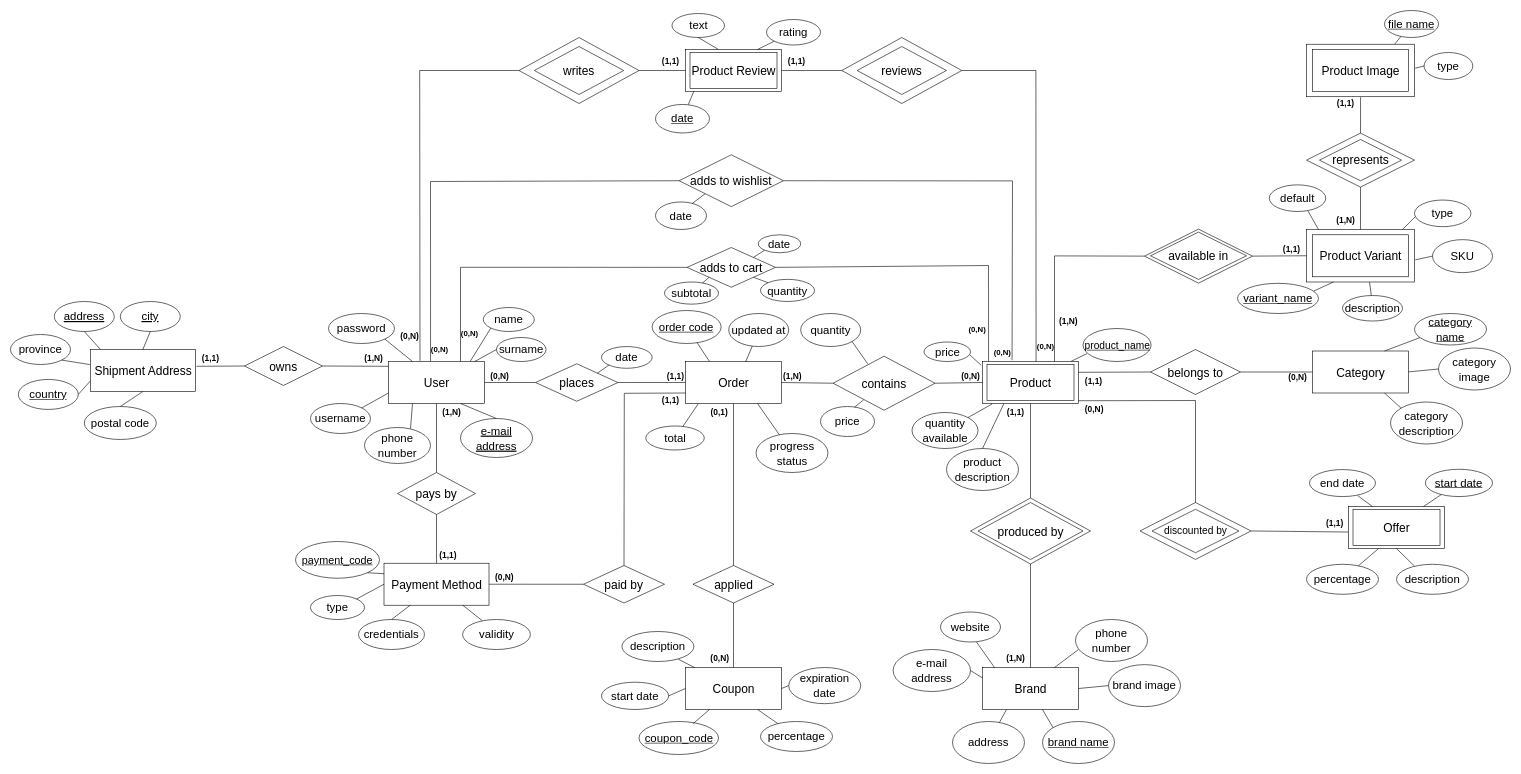
This is documentation/database/ER.drawio from Tecnologie-Del-Web/Project, a draw.io file, before an edit. Source tidied: cells renumbered, new cells numbered last; positions are measured from the earlier drawing's top-left corner, leaving out a move shared by most shapes. Both pictures are drawn from the tidied source at 60%, with x=0, y=0 at pixel (10, 10).
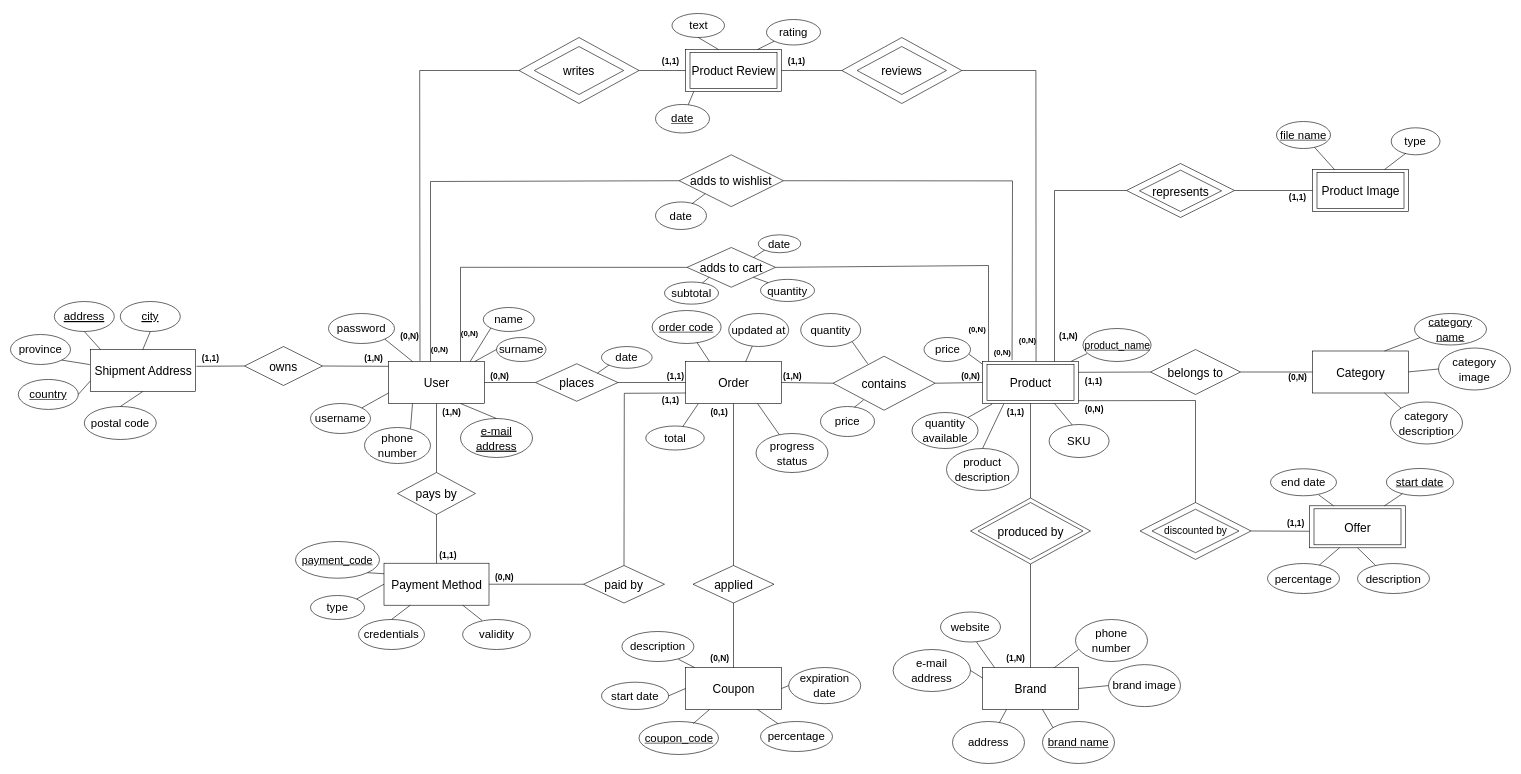
Above is the later version.

Unchanged cells that the change refers to:
```xml
<mxCell id="8" value="&lt;font style=&quot;font-size: 20px;&quot;&gt;Product&lt;/font&gt;" style="html=1;dashed=0;whitespace=wrap;" parent="1" vertex="1">
  <mxGeometry x="1620" y="585" width="160" height="70" as="geometry" />
</mxCell>
```

What changed in the source:
```diff
@@
     <mxCell id="25" value="&lt;font style=&quot;font-size: 19px;&quot;&gt;price&lt;/font&gt;" style="ellipse;whiteSpace=wrap;html=1;fontSize=20;" parent="1" vertex="1">
-      <mxGeometry x="1522.5" y="552.5" width="77.5" height="32.5" as="geometry" />
+      <mxGeometry x="1522.5" y="545" width="77.5" height="40" as="geometry" />
     </mxCell>
-    <mxCell id="26" style="endArrow=none;html=1;rounded=0;fontSize=20;entryX=0.985;entryY=0.657;entryDx=0;entryDy=0;entryPerimeter=0;exitX=-0.015;exitY=0.089;exitDx=0;exitDy=0;exitPerimeter=0;" parent="1" edge="1" source="8" target="25">
+    <mxCell id="26" style="endArrow=none;html=1;rounded=0;fontSize=20;entryX=0.969;entryY=0.701;entryDx=0;entryDy=0;entryPerimeter=0;exitX=-0.001;exitY=0.062;exitDx=0;exitDy=0;exitPerimeter=0;" parent="1" edge="1" source="8" target="25">
       <mxGeometry relative="1" as="geometry" />
     </mxCell>
@@
-    <mxCell id="93" value="&lt;font style=&quot;font-size: 20px;&quot;&gt;Product Variant&lt;/font&gt;" style="html=1;dashed=0;whitespace=wrap;" parent="1" vertex="1">
-      <mxGeometry x="2170" y="373.8" width="160" height="70" as="geometry" />
-    </mxCell>
-    <mxCell id="94" value="&lt;font style=&quot;font-size: 20px;&quot;&gt;available in&lt;/font&gt;" style="shape=rhombus;perimeter=rhombusPerimeter;whiteSpace=wrap;html=1;align=center;" parent="1" vertex="1">
-      <mxGeometry x="1900" y="369.4" width="160" height="78.8" as="geometry" />
-    </mxCell>
-    <mxCell id="95" style="endArrow=none;html=1;rounded=0;fontSize=20;entryX=1;entryY=0.5;entryDx=0;entryDy=0;exitX=0;exitY=0.5;exitDx=0;exitDy=0;" parent="1" edge="1" source="138" target="139">
-      <mxGeometry relative="1" as="geometry" />
-    </mxCell>
-    <mxCell id="96" style="endArrow=none;html=1;rounded=0;fontSize=20;entryX=0.75;entryY=0;entryDx=0;entryDy=0;exitX=0;exitY=0.5;exitDx=0;exitDy=0;" parent="1" edge="1" source="139" target="8">
-      <mxGeometry relative="1" as="geometry">
-        <Array as="points">
-          <mxPoint x="1740" y="409" />
-        </Array>
-      </mxGeometry>
-    </mxCell>
     <mxCell id="97" value="&lt;font style=&quot;font-size: 20px;&quot;&gt;Offer&lt;/font&gt;" style="html=1;dashed=0;whitespace=wrap;" parent="1" vertex="1">
-      <mxGeometry x="2230" y="826.8" width="160" height="70" as="geometry" />
+      <mxGeometry x="2165" y="825.5" width="160" height="70" as="geometry" />
     </mxCell>
     <mxCell id="98" value="&lt;font style=&quot;font-size: 19px;&quot;&gt;description&lt;/font&gt;" style="ellipse;whiteSpace=wrap;html=1;fontSize=20;" parent="1" vertex="1">
-      <mxGeometry x="2310" y="923" width="120" height="50" as="geometry" />
+      <mxGeometry x="2245" y="921.7" width="120" height="50" as="geometry" />
     </mxCell>
@@
     <mxCell id="101" value="&lt;font style=&quot;font-size: 19px;&quot;&gt;percentage&lt;/font&gt;" style="ellipse;whiteSpace=wrap;html=1;fontSize=20;" parent="1" vertex="1">
-      <mxGeometry x="2160" y="923" width="120" height="50" as="geometry" />
+      <mxGeometry x="2095" y="921.7" width="120" height="50" as="geometry" />
     </mxCell>
     <mxCell id="102" style="endArrow=none;html=1;rounded=0;fontSize=20;exitX=0.75;exitY=1;exitDx=0;exitDy=0;" parent="1" edge="1" target="101">
       <mxGeometry relative="1" as="geometry">
-        <mxPoint x="2280" y="896.8" as="sourcePoint" />
+        <mxPoint x="2215" y="895.5" as="sourcePoint" />
       </mxGeometry>
     </mxCell>
     <mxCell id="103" value="&lt;font style=&quot;font-size: 19px;&quot;&gt;end date&lt;/font&gt;" style="ellipse;whiteSpace=wrap;html=1;fontSize=20;" parent="1" vertex="1">
-      <mxGeometry x="2165" y="765.1" width="110" height="45" as="geometry" />
+      <mxGeometry x="2100" y="763.8" width="110" height="45" as="geometry" />
     </mxCell>
@@
     <mxCell id="125" value="&lt;font size=&quot;1&quot; style=&quot;&quot;&gt;&lt;b style=&quot;font-size: 13px;&quot;&gt;(0,N)&lt;/b&gt;&lt;/font&gt;" style="text;html=1;align=center;verticalAlign=middle;strokeColor=none;fillColor=none;" parent="1" vertex="1">
-      <mxGeometry x="1700" y="545" width="50" height="30" as="geometry" />
+      <mxGeometry x="1670" y="535" width="50" height="30" as="geometry" />
     </mxCell>
     <mxCell id="126" value="&lt;font style=&quot;font-size: 14px;&quot;&gt;&lt;b&gt;(1,N)&lt;/b&gt;&lt;/font&gt;" style="text;html=1;align=center;verticalAlign=middle;strokeColor=none;fillColor=none;" parent="1" vertex="1">
-      <mxGeometry x="1737.5" y="502.5" width="50" height="30" as="geometry" />
+      <mxGeometry x="1737.5" y="527.5" width="50" height="30" as="geometry" />
     </mxCell>
-    <mxCell id="127" value="&lt;font style=&quot;font-size: 14px;&quot;&gt;&lt;b&gt;(1,1)&lt;/b&gt;&lt;/font&gt;" style="text;html=1;align=center;verticalAlign=middle;strokeColor=none;fillColor=none;" parent="1" vertex="1">
-      <mxGeometry x="2110" y="382.5" width="50" height="30" as="geometry" />
-    </mxCell>
@@
-    <mxCell id="134" value="&lt;font style=&quot;font-size: 19px;&quot;&gt;description&lt;/font&gt;" style="ellipse;whiteSpace=wrap;html=1;fontSize=20;" parent="1" vertex="1">
-      <mxGeometry x="2220" y="475" width="100" height="42.5" as="geometry" />
-    </mxCell>
-    <mxCell id="135" style="endArrow=none;html=1;rounded=0;fontSize=20;exitX=0.584;exitY=1.002;exitDx=0;exitDy=0;exitPerimeter=0;" parent="1" edge="1" source="138" target="134">
-      <mxGeometry relative="1" as="geometry" />
-    </mxCell>
-    <mxCell id="136" value="&lt;font style=&quot;font-size: 19px;&quot;&gt;&lt;u&gt;variant_name&lt;/u&gt;&lt;/font&gt;" style="ellipse;whiteSpace=wrap;html=1;fontSize=20;" parent="1" vertex="1">
-      <mxGeometry x="2045" y="454.7" width="135" height="50.3" as="geometry" />
-    </mxCell>
-    <mxCell id="137" style="endArrow=none;html=1;rounded=0;fontSize=20;entryX=0.943;entryY=0.254;entryDx=0;entryDy=0;exitX=0.25;exitY=1;exitDx=0;exitDy=0;entryPerimeter=0;" parent="1" edge="1" source="138" target="136">
-      <mxGeometry relative="1" as="geometry" />
-    </mxCell>
-    <mxCell id="138" style="rounded=0;whiteSpace=wrap;html=1;gradientColor=default;fillColor=none;" parent="1" vertex="1">
-      <mxGeometry x="2160" y="365" width="180" height="87.5" as="geometry" />
-    </mxCell>
-    <mxCell id="139" style="rhombus;whiteSpace=wrap;html=1;fillColor=none;gradientColor=default;" parent="1" vertex="1">
-      <mxGeometry x="1890" y="364.4" width="180" height="90" as="geometry" />
-    </mxCell>
@@
-    <mxCell id="144" value="&lt;span style=&quot;font-size: 19px;&quot;&gt;SKU&lt;br&gt;&lt;/span&gt;" style="ellipse;whiteSpace=wrap;html=1;fontSize=20;" parent="1" vertex="1">
-      <mxGeometry x="2370" y="381.9" width="100" height="55" as="geometry" />
-    </mxCell>
-    <mxCell id="145" style="endArrow=none;html=1;rounded=0;exitX=1.007;exitY=0.578;exitDx=0;exitDy=0;entryX=0;entryY=0.5;entryDx=0;entryDy=0;exitPerimeter=0;" parent="1" edge="1" source="138" target="144">
-      <mxGeometry relative="1" as="geometry" />
-    </mxCell>
@@
     <mxCell id="181" value="&lt;font style=&quot;font-size: 20px;&quot;&gt;Product Image&lt;/font&gt;" style="html=1;dashed=0;whitespace=wrap;" parent="1" vertex="1">
-      <mxGeometry x="2170" y="65" width="160" height="70" as="geometry" />
+      <mxGeometry x="2170" y="265" width="160" height="70" as="geometry" />
     </mxCell>
     <mxCell id="182" value="&lt;font style=&quot;font-size: 20px;&quot;&gt;represents&lt;br&gt;&lt;/font&gt;" style="shape=rhombus;perimeter=rhombusPerimeter;whiteSpace=wrap;html=1;align=center;" parent="1" vertex="1">
-      <mxGeometry x="2181.6" y="215" width="136.9" height="68.9" as="geometry" />
+      <mxGeometry x="1881.6" y="266.1" width="136.9" height="68.9" as="geometry" />
     </mxCell>
-    <mxCell id="183" style="endArrow=none;html=1;rounded=0;fontSize=20;entryX=0.5;entryY=0;entryDx=0;entryDy=0;exitX=0.5;exitY=1;exitDx=0;exitDy=0;" parent="1" edge="1" source="210" target="138">
-      <mxGeometry relative="1" as="geometry" />
-    </mxCell>
-    <mxCell id="184" style="endArrow=none;html=1;rounded=0;fontSize=20;entryX=0.5;entryY=0;entryDx=0;entryDy=0;exitX=1.002;exitY=0.153;exitDx=0;exitDy=0;exitPerimeter=0;" parent="1" edge="1" source="186" target="210">
-      <mxGeometry relative="1" as="geometry" />
-    </mxCell>
-    <mxCell id="185" value="&lt;font style=&quot;font-size: 14px;&quot;&gt;&lt;b&gt;(1,N)&lt;/b&gt;&lt;/font&gt;" style="text;html=1;align=center;verticalAlign=middle;strokeColor=none;fillColor=none;" parent="1" vertex="1">
-      <mxGeometry x="2200" y="335" width="50" height="30" as="geometry" />
-    </mxCell>
-    <mxCell id="186" value="&lt;font style=&quot;font-size: 14px;&quot;&gt;&lt;b&gt;(1,1)&lt;/b&gt;&lt;/font&gt;" style="text;html=1;align=center;verticalAlign=middle;points=[];strokeColor=none;fillColor=none;" parent="1" vertex="1">
-      <mxGeometry x="2200" y="140" width="50" height="30" as="geometry" />
-    </mxCell>
     <mxCell id="187" value="&lt;span style=&quot;font-size: 19px;&quot;&gt;type&lt;br&gt;&lt;/span&gt;" style="ellipse;whiteSpace=wrap;html=1;fontSize=20;" parent="1" vertex="1">
-      <mxGeometry x="2355.9" y="70" width="81.3" height="45" as="geometry" />
+      <mxGeometry x="2301.2" y="195.5" width="81.3" height="45" as="geometry" />
     </mxCell>
-    <mxCell id="188" style="endArrow=none;html=1;rounded=0;exitX=1.006;exitY=0.457;exitDx=0;exitDy=0;entryX=0;entryY=0.5;entryDx=0;entryDy=0;exitPerimeter=0;" parent="1" edge="1" source="211" target="187">
+    <mxCell id="188" style="endArrow=none;html=1;rounded=0;exitX=0.75;exitY=0;exitDx=0;exitDy=0;entryX=0.302;entryY=0.94;entryDx=0;entryDy=0;entryPerimeter=0;" parent="1" edge="1" source="181" target="187">
       <mxGeometry relative="1" as="geometry" />
     </mxCell>
     <mxCell id="189" value="&lt;span style=&quot;font-size: 19px;&quot;&gt;&lt;u&gt;file name&lt;/u&gt;&lt;br&gt;&lt;/span&gt;" style="ellipse;whiteSpace=wrap;html=1;fontSize=20;" parent="1" vertex="1">
-      <mxGeometry x="2290" width="90" height="45" as="geometry" />
+      <mxGeometry x="2110" y="185" width="90" height="45" as="geometry" />
     </mxCell>
-    <mxCell id="190" style="endArrow=none;html=1;rounded=0;exitX=0.816;exitY=-0.001;exitDx=0;exitDy=0;exitPerimeter=0;" parent="1" edge="1" source="211" target="189">
+    <mxCell id="190" style="endArrow=none;html=1;rounded=0;exitX=0.201;exitY=-0.083;exitDx=0;exitDy=0;exitPerimeter=0;" parent="1" edge="1" source="216" target="189">
       <mxGeometry relative="1" as="geometry" />
     </mxCell>
     <mxCell id="191" style="rounded=0;whiteSpace=wrap;html=1;gradientColor=default;fillColor=none;" parent="1" vertex="1">
-      <mxGeometry x="2237.5" y="831.8" width="145" height="60" as="geometry" />
+      <mxGeometry x="2172.5" y="830.5" width="145" height="60" as="geometry" />
     </mxCell>
-    <mxCell id="192" value="&lt;span style=&quot;font-size: 19px;&quot;&gt;type&lt;br&gt;&lt;/span&gt;" style="ellipse;whiteSpace=wrap;html=1;fontSize=20;" parent="1" vertex="1">
-      <mxGeometry x="2340" y="315.9" width="94.1" height="44.4" as="geometry" />
-    </mxCell>
-    <mxCell id="193" style="endArrow=none;html=1;rounded=0;entryX=0.014;entryY=0.625;entryDx=0;entryDy=0;entryPerimeter=0;" parent="1" edge="1" target="192">
-      <mxGeometry relative="1" as="geometry">
-        <mxPoint x="2320" y="365" as="sourcePoint" />
-      </mxGeometry>
-    </mxCell>
@@
     <mxCell id="197" value="&lt;font style=&quot;font-size: 14px;&quot;&gt;&lt;b&gt;(1,1)&lt;/b&gt;&lt;/font&gt;" style="text;html=1;align=center;verticalAlign=middle;strokeColor=none;fillColor=none;" parent="1" vertex="1">
-      <mxGeometry x="2181.6" y="840" width="50" height="30" as="geometry" />
+      <mxGeometry x="2116.6" y="838.7" width="50" height="30" as="geometry" />
     </mxCell>
@@
     <mxCell id="199" value="&lt;font style=&quot;font-size: 19px;&quot;&gt;&lt;u&gt;start date&lt;/u&gt;&lt;/font&gt;" style="ellipse;whiteSpace=wrap;html=1;fontSize=20;" parent="1" vertex="1">
-      <mxGeometry x="2358.1" y="764.6" width="111.9" height="45.5" as="geometry" />
+      <mxGeometry x="2293.1" y="763.3" width="111.9" height="45.5" as="geometry" />
     </mxCell>
     <mxCell id="200" style="endArrow=none;html=1;rounded=0;fontSize=20;exitX=0.824;exitY=0.32;exitDx=0;exitDy=0;exitPerimeter=0;" parent="1" edge="1" target="199">
       <mxGeometry relative="1" as="geometry">
-        <mxPoint x="2354.9" y="826.8" as="sourcePoint" />
+        <mxPoint x="2289.9" y="825.5" as="sourcePoint" />
       </mxGeometry>
     </mxCell>
@@
-    <mxCell id="208" value="&lt;span style=&quot;font-size: 19px;&quot;&gt;default&lt;br&gt;&lt;/span&gt;" style="ellipse;whiteSpace=wrap;html=1;fontSize=20;" parent="1" vertex="1">
-      <mxGeometry x="2098" y="290.6" width="94.1" height="44.4" as="geometry" />
-    </mxCell>
-    <mxCell id="209" style="endArrow=none;html=1;rounded=0;entryX=0.683;entryY=0.974;entryDx=0;entryDy=0;entryPerimeter=0;" parent="1" edge="1" target="208">
-      <mxGeometry relative="1" as="geometry">
-        <mxPoint x="2180" y="365" as="sourcePoint" />
-      </mxGeometry>
-    </mxCell>
     <mxCell id="210" style="rhombus;whiteSpace=wrap;html=1;fillColor=none;gradientColor=default;" parent="1" vertex="1">
-      <mxGeometry x="2160" y="204.4" width="180" height="90" as="geometry" />
+      <mxGeometry x="1860" y="255" width="180" height="90" as="geometry" />
     </mxCell>
-    <mxCell id="211" style="rounded=0;whiteSpace=wrap;html=1;gradientColor=default;fillColor=none;" parent="1" vertex="1">
-      <mxGeometry x="2160" y="56.2" width="180" height="87.5" as="geometry" />
-    </mxCell>
@@
+    <mxCell id="144" value="&lt;span style=&quot;font-size: 19px;&quot;&gt;SKU&lt;br&gt;&lt;/span&gt;" style="ellipse;whiteSpace=wrap;html=1;fontSize=20;" parent="1" vertex="1">
+      <mxGeometry x="1731" y="690" width="100" height="55" as="geometry" />
+    </mxCell>
+    <mxCell id="216" style="rounded=0;whiteSpace=wrap;html=1;gradientColor=default;fillColor=none;" parent="1" vertex="1">
+      <mxGeometry x="2177.5" y="270" width="145" height="60" as="geometry" />
+    </mxCell>
+    <mxCell id="217" style="endArrow=none;html=1;rounded=0;fontSize=20;entryX=1;entryY=0.5;entryDx=0;entryDy=0;exitX=0;exitY=0.5;exitDx=0;exitDy=0;" parent="1" edge="1" source="181" target="210">
+      <mxGeometry relative="1" as="geometry" />
+    </mxCell>
+    <mxCell id="218" style="endArrow=none;html=1;rounded=0;fontSize=20;entryX=0.75;entryY=0;entryDx=0;entryDy=0;exitX=0;exitY=0.5;exitDx=0;exitDy=0;" parent="1" edge="1" source="210" target="8">
+      <mxGeometry relative="1" as="geometry">
+        <Array as="points">
+          <mxPoint x="1740" y="300" />
+        </Array>
+      </mxGeometry>
+    </mxCell>
+    <mxCell id="219" value="&lt;font style=&quot;font-size: 14px;&quot;&gt;&lt;b&gt;(1,1)&lt;/b&gt;&lt;/font&gt;" style="text;html=1;align=center;verticalAlign=middle;strokeColor=none;fillColor=none;" parent="1" vertex="1">
+      <mxGeometry x="2120" y="296.9" width="50" height="30" as="geometry" />
+    </mxCell>
+    <mxCell id="220" style="endArrow=none;html=1;rounded=0;fontSize=20;exitX=0.75;exitY=1;exitDx=0;exitDy=0;entryX=0.385;entryY=0.012;entryDx=0;entryDy=0;entryPerimeter=0;" parent="1" edge="1" source="8" target="144">
+      <mxGeometry relative="1" as="geometry" />
+    </mxCell>
```
